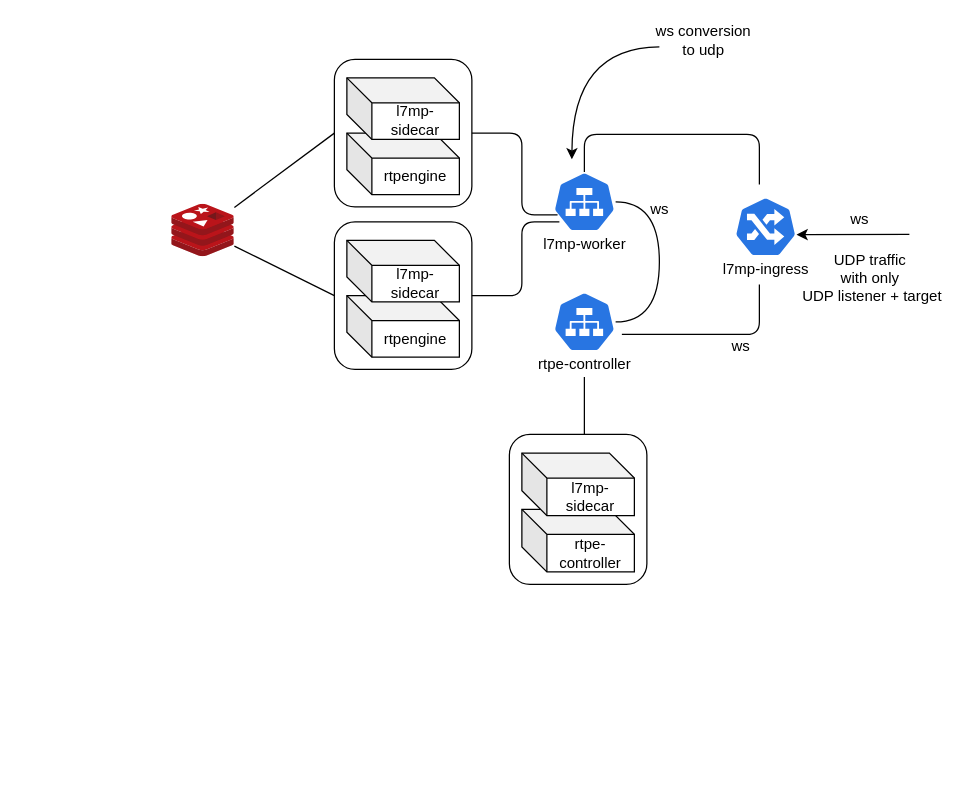
Above: page "l7mp-sep" (3 of 4) of images/figures.drawio in l7mp/l7mp-media-plane-controller (draw.io), before the change. Source tidied: cells renumbered, new cells numbered last; positions are measured from the earlier drawing's top-left corner, leaving out a move shared by most shapes. Both pictures are drawn from the tidied source at 125%, with x=0, y=0 at pixel (171, 21).
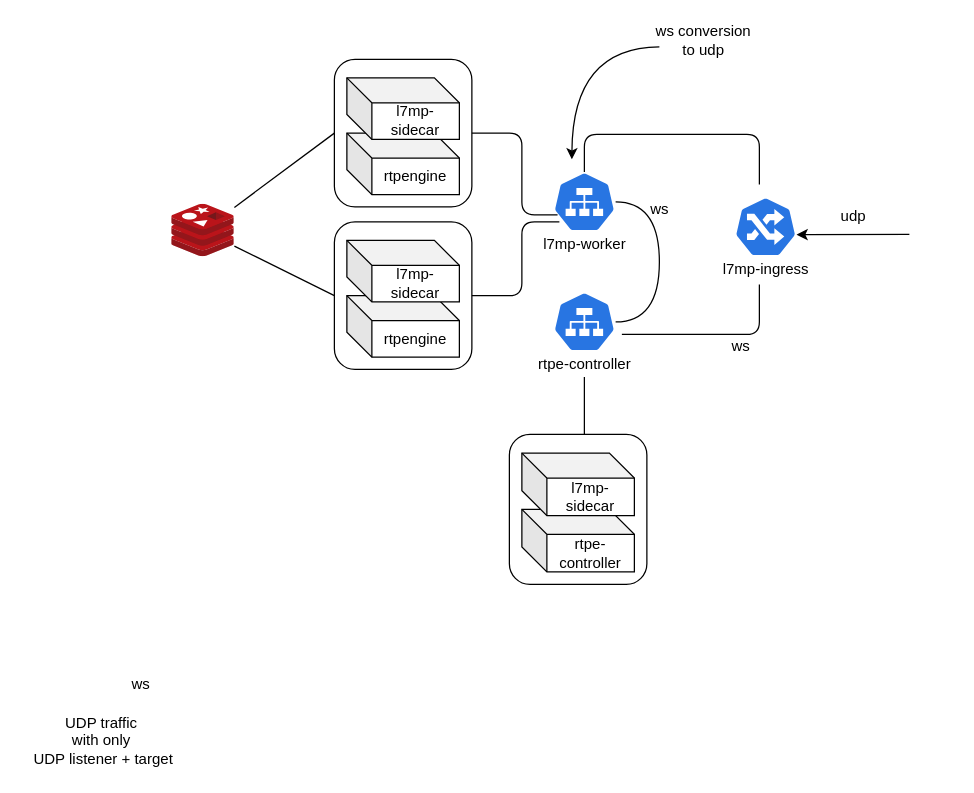
The same page after the edit.

The edit, as a diff of the source:
```diff
@@
     <mxCell id="32" value="ws" style="text;html=1;align=center;verticalAlign=middle;" parent="1" vertex="1">
-      <mxGeometry x="535" y="148" width="30" height="20" as="geometry" />
+      <mxGeometry x="-40" y="520" width="30" height="20" as="geometry" />
     </mxCell>
@@
     <mxCell id="38" value="UDP traffic&amp;nbsp;&lt;br&gt;with only&amp;nbsp;&lt;br&gt;UDP listener + target" style="text;html=1;align=center;verticalAlign=middle;" parent="1" vertex="1">
-      <mxGeometry x="495" y="180" width="130" height="50" as="geometry" />
+      <mxGeometry x="-120" y="550" width="130" height="50" as="geometry" />
     </mxCell>
+    <mxCell id="39" value="udp" style="text;html=1;align=center;verticalAlign=middle;" parent="1" vertex="1">
+      <mxGeometry x="530" y="146" width="30" height="20" as="geometry" />
+    </mxCell>
```
